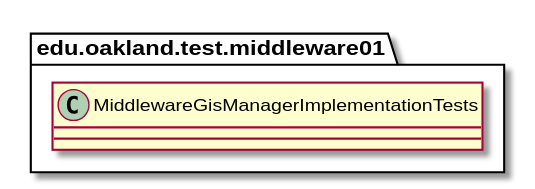
Before: docs/uml-class-diagrams/middleware01/test/MiddlewareGisManagerImplementationTests/MiddlewareGisManagerImplementationTests.svg, a diagram exported from PlantUML (elilley15/csi-3370-software-project).
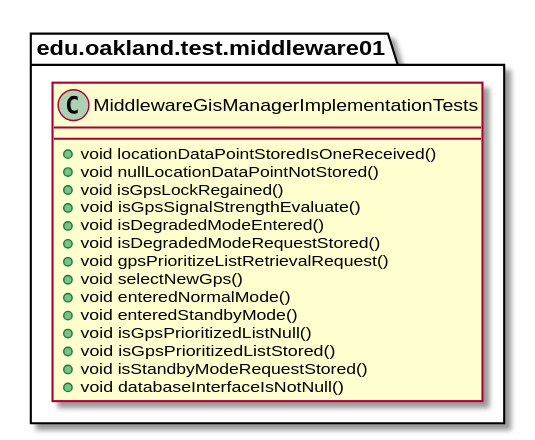
The same diagram one commit later.

Change to the diagram source:
```diff
@@ -1,9 +1,22 @@
 @startuml MiddlewareGisManagerImplementationTests
 
 package edu.oakland.test.middleware01 {
-    class MiddlewareGisManagerImplementationTests {
-
-    }
+  class MiddlewareGisManagerImplementationTests {
+    + void locationDataPointStoredIsOneReceived()
+    + void nullLocationDataPointNotStored()
+    + void isGpsLockRegained()
+    + void isGpsSignalStrengthEvaluate()
+    + void isDegradedModeEntered()
+    + void isDegradedModeRequestStored()
+    + void gpsPrioritizeListRetrievalRequest()
+    + void selectNewGps()
+    + void enteredNormalMode()
+    + void enteredStandbyMode()
+    + void isGpsPrioritizedListNull()
+    + void isGpsPrioritizedListStored()
+    + void isStandbyModeRequestStored()
+    + void databaseInterfaceIsNotNull()
+  }
 }
 
 @enduml
```
